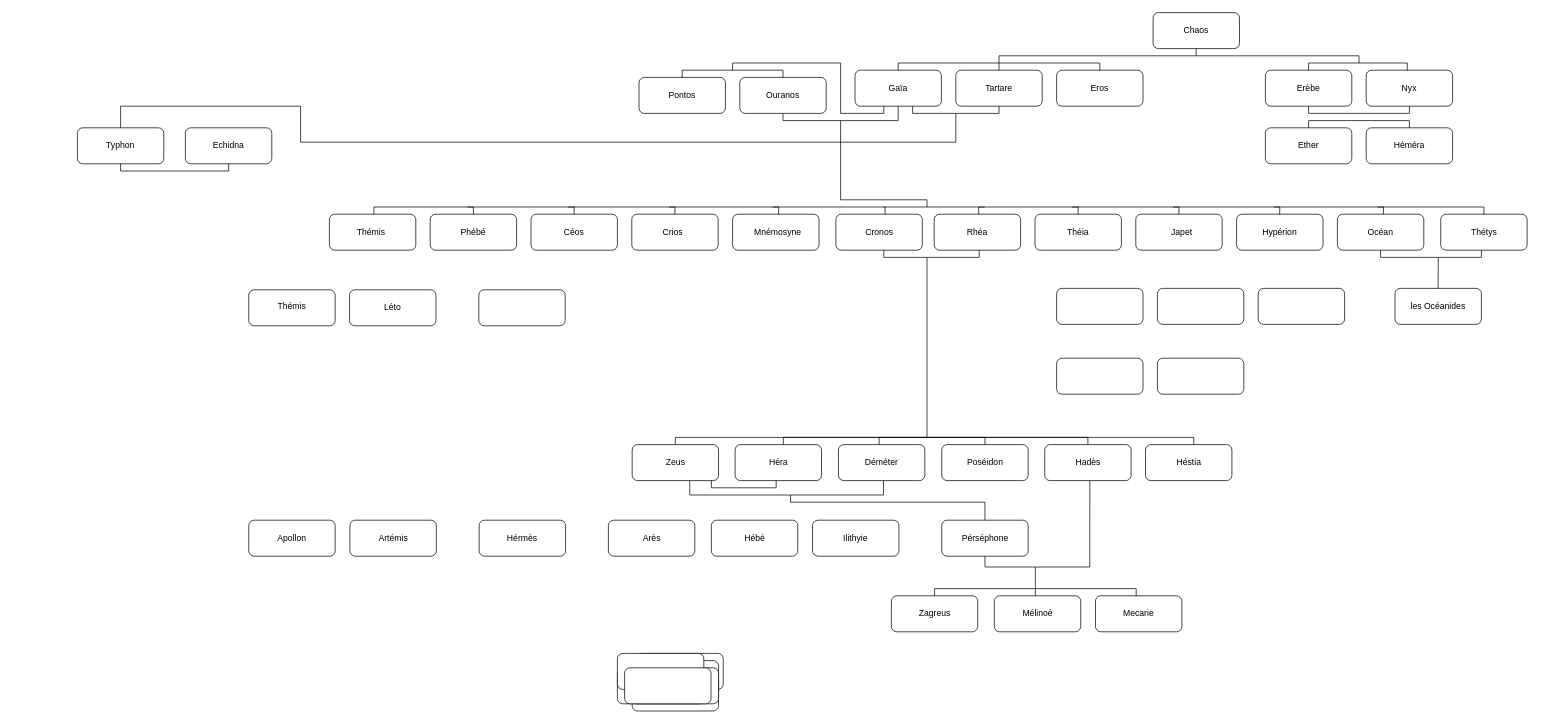
axel-trampol/Arbre-genealogique keeps this draw.io diagram as dossierarbre/Diagramme sans nom.drawio. Above is the earlier version. Source tidied: cells renumbered, new cells numbered last; positions are measured from the earlier drawing's top-left corner, leaving out a move shared by most shapes. Both pictures are drawn from the tidied source at 72%, with x=0, y=0 at pixel (77, 12).
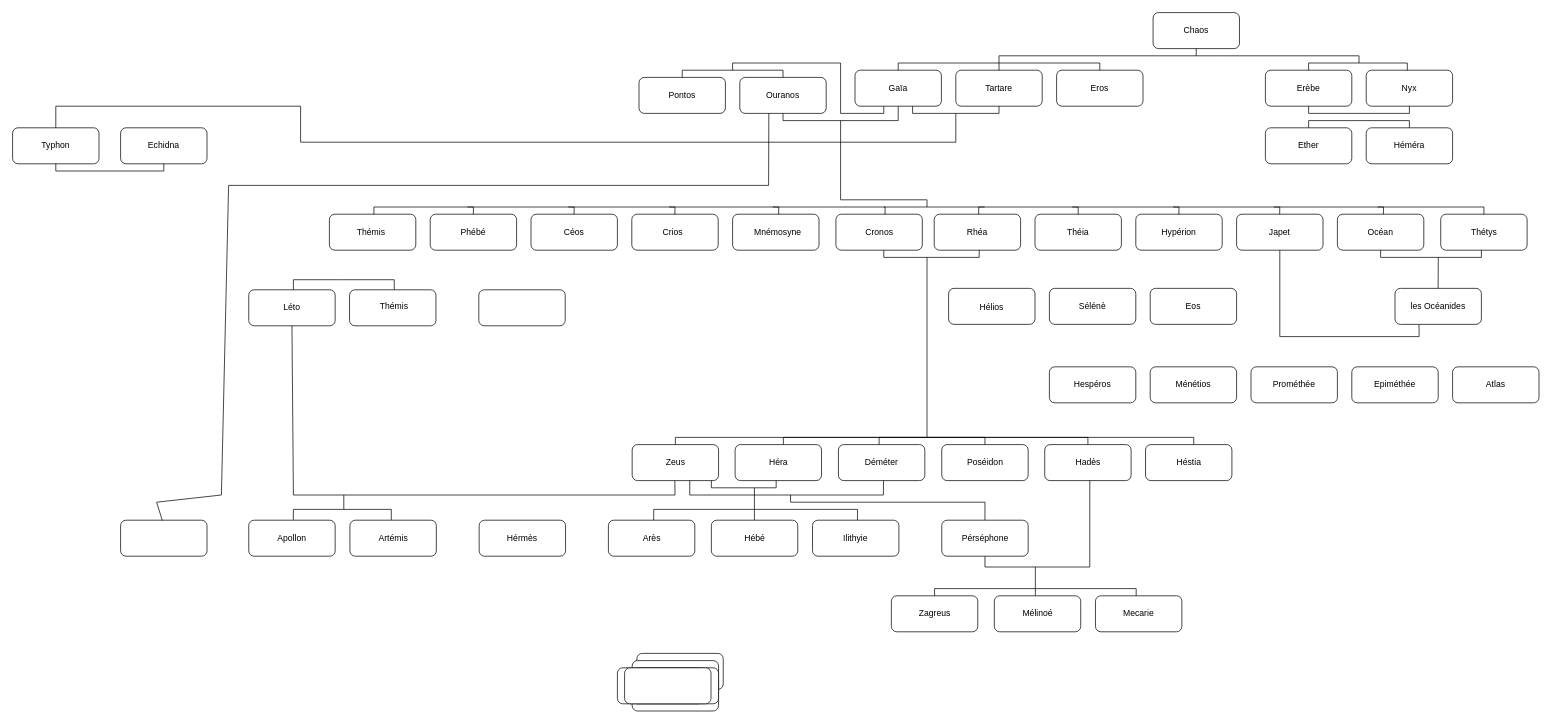
The same diagram, later.

Commit message:
Mettre à jour Diagramme sans nom.drawio

Unchanged cells that the change refers to:
```xml
<mxCell id="8" style="rounded=1;whiteSpace=wrap;html=1;" parent="1" vertex="1">
  <mxGeometry x="920" y="90" width="120" height="50" as="geometry" />
</mxCell>
<mxCell id="23" style="rounded=1;whiteSpace=wrap;html=1;" parent="1" vertex="1">
  <mxGeometry x="770.5" y="600" width="120" height="50" as="geometry" />
</mxCell>
<mxCell id="79" style="rounded=1;whiteSpace=wrap;html=1;" parent="1" vertex="1">
  <mxGeometry x="238" y="705" width="120" height="50" as="geometry" />
</mxCell>
<mxCell id="80" style="rounded=1;whiteSpace=wrap;html=1;" parent="1" vertex="1">
  <mxGeometry x="378" y="385" width="120" height="50" as="geometry" />
</mxCell>
<mxCell id="81" style="rounded=1;whiteSpace=wrap;html=1;" parent="1" vertex="1">
  <mxGeometry x="378.5" y="705" width="120" height="50" as="geometry" />
</mxCell>
<mxCell id="83" style="rounded=1;whiteSpace=wrap;html=1;" parent="1" vertex="1">
  <mxGeometry x="1021" y="705" width="120" height="50" as="geometry" />
</mxCell>
<mxCell id="85" style="rounded=1;whiteSpace=wrap;html=1;" parent="1" vertex="1">
  <mxGeometry x="737.5" y="705" width="120" height="50" as="geometry" />
</mxCell>
<mxCell id="131" style="rounded=1;whiteSpace=wrap;html=1;" parent="1" vertex="1">
  <mxGeometry x="238" y="385" width="120" height="50" as="geometry" />
</mxCell>
<mxCell id="138" style="rounded=1;whiteSpace=wrap;html=1;" parent="1" vertex="1">
  <mxGeometry x="1830" y="383" width="120" height="50" as="geometry" />
</mxCell>
```

Diff of the diagram source:
```diff
@@
     <mxCell id="76" style="rounded=1;whiteSpace=wrap;html=1;" parent="1" vertex="1">
-      <mxGeometry x="750" y="890" width="120" height="50" as="geometry" />
+      <mxGeometry x="60" y="705" width="120" height="50" as="geometry" />
     </mxCell>
@@
     <mxCell id="86" style="rounded=1;whiteSpace=wrap;html=1;" parent="1" vertex="1">
-      <mxGeometry y="160" width="120" height="50" as="geometry" />
+      <mxGeometry x="-90" y="160" width="120" height="50" as="geometry" />
     </mxCell>
     <mxCell id="87" style="rounded=1;whiteSpace=wrap;html=1;" parent="1" vertex="1">
-      <mxGeometry x="150" y="160" width="120" height="50" as="geometry" />
+      <mxGeometry x="60" y="160" width="120" height="50" as="geometry" />
     </mxCell>
     <mxCell id="88" style="endArrow=none;html=1;rounded=0;exitX=0.5;exitY=0;exitDx=0;exitDy=0;" parent="1" edge="1" source="86">
       <mxGeometry relative="1" as="geometry">
         <mxPoint x="1220" y="140" as="targetPoint" />
         <Array as="points">
-          <mxPoint x="60" y="130" />
+          <mxPoint x="-30" y="130" />
           <mxPoint x="310" y="130" />
           <mxPoint x="310" y="180" />
           <mxPoint x="1220" y="180" />
         </Array>
       </mxGeometry>
     </mxCell>
     <mxCell id="89" value="Typhon" style="text;html=1;whiteSpace=wrap;strokeColor=none;fillColor=none;align=center;verticalAlign=middle;rounded=0;" parent="1" vertex="1">
-      <mxGeometry x="30" y="170" width="60" height="30" as="geometry" />
+      <mxGeometry x="-60" y="170" width="60" height="30" as="geometry" />
     </mxCell>
     <mxCell id="90" value="Echidna" style="text;html=1;whiteSpace=wrap;strokeColor=none;fillColor=none;align=center;verticalAlign=middle;rounded=0;" parent="1" vertex="1">
-      <mxGeometry x="180" y="170" width="60" height="30" as="geometry" />
+      <mxGeometry x="90" y="170" width="60" height="30" as="geometry" />
     </mxCell>
     <mxCell id="91" style="endArrow=none;html=1;rounded=0;entryX=0.5;entryY=1;entryDx=0;entryDy=0;exitX=0.5;exitY=1;exitDx=0;exitDy=0;" parent="1" edge="1" target="87">
       <mxGeometry relative="1" as="geometry">
-        <mxPoint x="60" y="210" as="sourcePoint" />
+        <mxPoint x="-30" y="210" as="sourcePoint" />
         <Array as="points">
-          <mxPoint x="60" y="220" />
-          <mxPoint x="210" y="220" />
+          <mxPoint x="-30" y="220" />
+          <mxPoint x="120" y="220" />
         </Array>
       </mxGeometry>
     </mxCell>
@@
     <mxCell id="121" value="Hypérion" style="text;html=1;whiteSpace=wrap;strokeColor=none;fillColor=none;align=center;verticalAlign=middle;rounded=0;" parent="1" vertex="1">
-      <mxGeometry x="1640" y="290" width="60" height="30" as="geometry" />
+      <mxGeometry x="1500" y="290" width="60" height="30" as="geometry" />
     </mxCell>
@@
     <mxCell id="130" value="Japet" style="text;html=1;whiteSpace=wrap;strokeColor=none;fillColor=none;align=center;verticalAlign=middle;rounded=0;" parent="1" vertex="1">
-      <mxGeometry x="1503.5" y="290" width="60" height="30" as="geometry" />
+      <mxGeometry x="1640" y="290" width="60" height="30" as="geometry" />
     </mxCell>
@@
     <mxCell id="133" value="Thémis" style="text;html=1;whiteSpace=wrap;strokeColor=none;fillColor=none;align=center;verticalAlign=middle;rounded=0;" parent="1" vertex="1">
-      <mxGeometry x="267.5" y="393" width="60" height="30" as="geometry" />
+      <mxGeometry x="410" y="393" width="60" height="30" as="geometry" />
     </mxCell>
     <mxCell id="134" value="Léto" style="text;html=1;whiteSpace=wrap;strokeColor=none;fillColor=none;align=center;verticalAlign=middle;rounded=0;" parent="1" vertex="1">
-      <mxGeometry x="408" y="395" width="60" height="30" as="geometry" />
+      <mxGeometry x="268" y="395" width="60" height="30" as="geometry" />
     </mxCell>
     <mxCell id="135" style="rounded=1;whiteSpace=wrap;html=1;" parent="1" vertex="1">
-      <mxGeometry x="1360" y="383" width="120" height="50" as="geometry" />
+      <mxGeometry x="1210" y="383" width="120" height="50" as="geometry" />
     </mxCell>
     <mxCell id="136" style="rounded=1;whiteSpace=wrap;html=1;" parent="1" vertex="1">
-      <mxGeometry x="1360" y="480" width="120" height="50" as="geometry" />
+      <mxGeometry x="1350" y="492" width="120" height="50" as="geometry" />
     </mxCell>
     <mxCell id="137" style="rounded=1;whiteSpace=wrap;html=1;" parent="1" vertex="1">
-      <mxGeometry x="1640" y="383" width="120" height="50" as="geometry" />
+      <mxGeometry x="1490" y="383" width="120" height="50" as="geometry" />
     </mxCell>
@@
     <mxCell id="142" style="rounded=1;whiteSpace=wrap;html=1;" parent="1" vertex="1">
-      <mxGeometry x="1500" y="383" width="120" height="50" as="geometry" />
+      <mxGeometry x="1350" y="383" width="120" height="50" as="geometry" />
     </mxCell>
     <mxCell id="143" style="rounded=1;whiteSpace=wrap;html=1;" parent="1" vertex="1">
-      <mxGeometry x="1500" y="480" width="120" height="50" as="geometry" />
+      <mxGeometry x="1490" y="492" width="120" height="50" as="geometry" />
     </mxCell>
+    <mxCell id="144" style="endArrow=none;html=1;rounded=0;exitX=0.278;exitY=1.01;exitDx=0;exitDy=0;exitPerimeter=0;" parent="1" edge="1" source="138">
+      <mxGeometry relative="1" as="geometry">
+        <mxPoint x="1670" y="330" as="targetPoint" />
+        <Array as="points">
+          <mxPoint x="1863.5" y="450" />
+          <mxPoint x="1670" y="450" />
+        </Array>
+      </mxGeometry>
+    </mxCell>
+    <mxCell id="145" style="rounded=1;whiteSpace=wrap;html=1;" parent="1" vertex="1">
+      <mxGeometry x="1630" y="492" width="120" height="50" as="geometry" />
+    </mxCell>
+    <mxCell id="146" style="rounded=1;whiteSpace=wrap;html=1;" parent="1" vertex="1">
+      <mxGeometry x="1770" y="492" width="120" height="50" as="geometry" />
+    </mxCell>
+    <mxCell id="147" style="rounded=1;whiteSpace=wrap;html=1;" parent="1" vertex="1">
+      <mxGeometry x="1910" y="492" width="120" height="50" as="geometry" />
+    </mxCell>
+    <mxCell id="148" value="Hélios" style="text;html=1;whiteSpace=wrap;strokeColor=none;fillColor=none;align=center;verticalAlign=middle;rounded=0;" parent="1" vertex="1">
+      <mxGeometry x="1240" y="395" width="60" height="30" as="geometry" />
+    </mxCell>
+    <mxCell id="149" value="Eos" style="text;html=1;whiteSpace=wrap;strokeColor=none;fillColor=none;align=center;verticalAlign=middle;rounded=0;" parent="1" vertex="1">
+      <mxGeometry x="1520" y="393" width="60" height="30" as="geometry" />
+    </mxCell>
+    <mxCell id="150" value="Sélénè" style="text;html=1;whiteSpace=wrap;strokeColor=none;fillColor=none;align=center;verticalAlign=middle;rounded=0;" parent="1" vertex="1">
+      <mxGeometry x="1380" y="393" width="60" height="30" as="geometry" />
+    </mxCell>
+    <mxCell id="151" value="Atlas" style="text;html=1;whiteSpace=wrap;strokeColor=none;fillColor=none;align=center;verticalAlign=middle;rounded=0;" parent="1" vertex="1">
+      <mxGeometry x="1940" y="502" width="60" height="30" as="geometry" />
+    </mxCell>
+    <mxCell id="152" value="Hespéros" style="text;html=1;whiteSpace=wrap;strokeColor=none;fillColor=none;align=center;verticalAlign=middle;rounded=0;" parent="1" vertex="1">
+      <mxGeometry x="1380" y="502" width="60" height="30" as="geometry" />
+    </mxCell>
+    <mxCell id="153" value="Epiméthée" style="text;html=1;whiteSpace=wrap;strokeColor=none;fillColor=none;align=center;verticalAlign=middle;rounded=0;" parent="1" vertex="1">
+      <mxGeometry x="1800" y="502" width="60" height="30" as="geometry" />
+    </mxCell>
+    <mxCell id="154" value="Prométhée" style="text;html=1;whiteSpace=wrap;strokeColor=none;fillColor=none;align=center;verticalAlign=middle;rounded=0;" parent="1" vertex="1">
+      <mxGeometry x="1660" y="502" width="60" height="30" as="geometry" />
+    </mxCell>
+    <mxCell id="155" value="Ménétios" style="text;html=1;whiteSpace=wrap;strokeColor=none;fillColor=none;align=center;verticalAlign=middle;rounded=0;" parent="1" vertex="1">
+      <mxGeometry x="1520" y="502" width="60" height="30" as="geometry" />
+    </mxCell>
+    <mxCell id="156" style="endArrow=none;html=1;rounded=0;entryX=0.5;entryY=1;entryDx=0;entryDy=0;exitX=0.494;exitY=1.007;exitDx=0;exitDy=0;exitPerimeter=0;" parent="1" edge="1" source="23" target="131">
+      <mxGeometry relative="1" as="geometry">
+        <Array as="points">
+          <mxPoint x="830" y="670" />
+          <mxPoint x="300" y="670" />
+        </Array>
+      </mxGeometry>
+    </mxCell>
+    <mxCell id="157" style="endArrow=none;html=1;rounded=0;exitX=0.516;exitY=-0.011;exitDx=0;exitDy=0;exitPerimeter=0;" parent="1" edge="1" source="79">
+      <mxGeometry relative="1" as="geometry">
+        <mxPoint x="370" y="690" as="targetPoint" />
+        <Array as="points">
+          <mxPoint x="300" y="690" />
+        </Array>
+      </mxGeometry>
+    </mxCell>
+    <mxCell id="158" style="endArrow=none;html=1;rounded=0;" parent="1" edge="1">
+      <mxGeometry relative="1" as="geometry">
+        <mxPoint x="370" y="690" as="sourcePoint" />
+        <mxPoint x="370" y="670" as="targetPoint" />
+      </mxGeometry>
+    </mxCell>
+    <mxCell id="159" style="endArrow=none;html=1;rounded=0;entryX=0.479;entryY=-0.007;entryDx=0;entryDy=0;entryPerimeter=0;" parent="1" edge="1" target="81">
+      <mxGeometry relative="1" as="geometry">
+        <mxPoint x="370" y="690" as="sourcePoint" />
+        <Array as="points">
+          <mxPoint x="436" y="690" />
+        </Array>
+      </mxGeometry>
+    </mxCell>
+    <mxCell id="160" style="endArrow=none;html=1;rounded=0;exitX=0.524;exitY=-0.001;exitDx=0;exitDy=0;exitPerimeter=0;" parent="1" edge="1" source="85">
+      <mxGeometry relative="1" as="geometry">
+        <mxPoint x="940.5" y="690" as="targetPoint" />
+        <Array as="points">
+          <mxPoint x="800.5" y="690" />
+        </Array>
+      </mxGeometry>
+    </mxCell>
+    <mxCell id="161" style="endArrow=none;html=1;rounded=0;exitX=0.52;exitY=-0.002;exitDx=0;exitDy=0;exitPerimeter=0;" parent="1" edge="1" source="83">
+      <mxGeometry relative="1" as="geometry">
+        <mxPoint x="940" y="690" as="targetPoint" />
+        <Array as="points">
+          <mxPoint x="1083.5" y="690" />
+        </Array>
+      </mxGeometry>
+    </mxCell>
+    <mxCell id="162" style="endArrow=none;html=1;rounded=0;" parent="1" edge="1">
+      <mxGeometry relative="1" as="geometry">
+        <mxPoint x="940.3" y="705" as="sourcePoint" />
+        <mxPoint x="940.3" y="690" as="targetPoint" />
+      </mxGeometry>
+    </mxCell>
+    <mxCell id="163" style="endArrow=none;html=1;rounded=0;" parent="1" edge="1">
+      <mxGeometry relative="1" as="geometry">
+        <mxPoint x="940.3" y="690" as="sourcePoint" />
+        <mxPoint x="940.3" y="660" as="targetPoint" />
+      </mxGeometry>
+    </mxCell>
+    <mxCell id="164" style="endArrow=none;html=1;rounded=0;exitX=0.516;exitY=-0.011;exitDx=0;exitDy=0;exitPerimeter=0;" parent="1" edge="1">
+      <mxGeometry relative="1" as="geometry">
+        <mxPoint x="300" y="385" as="sourcePoint" />
+        <mxPoint x="370" y="371" as="targetPoint" />
+        <Array as="points">
+          <mxPoint x="300" y="371" />
+        </Array>
+      </mxGeometry>
+    </mxCell>
+    <mxCell id="165" style="endArrow=none;html=1;rounded=0;entryX=0.518;entryY=0;entryDx=0;entryDy=0;entryPerimeter=0;" parent="1" edge="1" target="80">
+      <mxGeometry relative="1" as="geometry">
+        <mxPoint x="370" y="371" as="sourcePoint" />
+        <Array as="points">
+          <mxPoint x="440" y="371" />
+        </Array>
+      </mxGeometry>
+    </mxCell>
+    <mxCell id="166" style="endArrow=none;html=1;rounded=0;entryX=0.336;entryY=0.996;entryDx=0;entryDy=0;entryPerimeter=0;exitX=0.483;exitY=0.008;exitDx=0;exitDy=0;exitPerimeter=0;" parent="1" edge="1" source="76" target="8">
+      <mxGeometry relative="1" as="geometry">
+        <Array as="points">
+          <mxPoint x="110" y="680" />
+          <mxPoint x="200" y="670" />
+          <mxPoint x="210" y="240" />
+          <mxPoint x="960" y="240" />
+        </Array>
+      </mxGeometry>
+    </mxCell>
```
